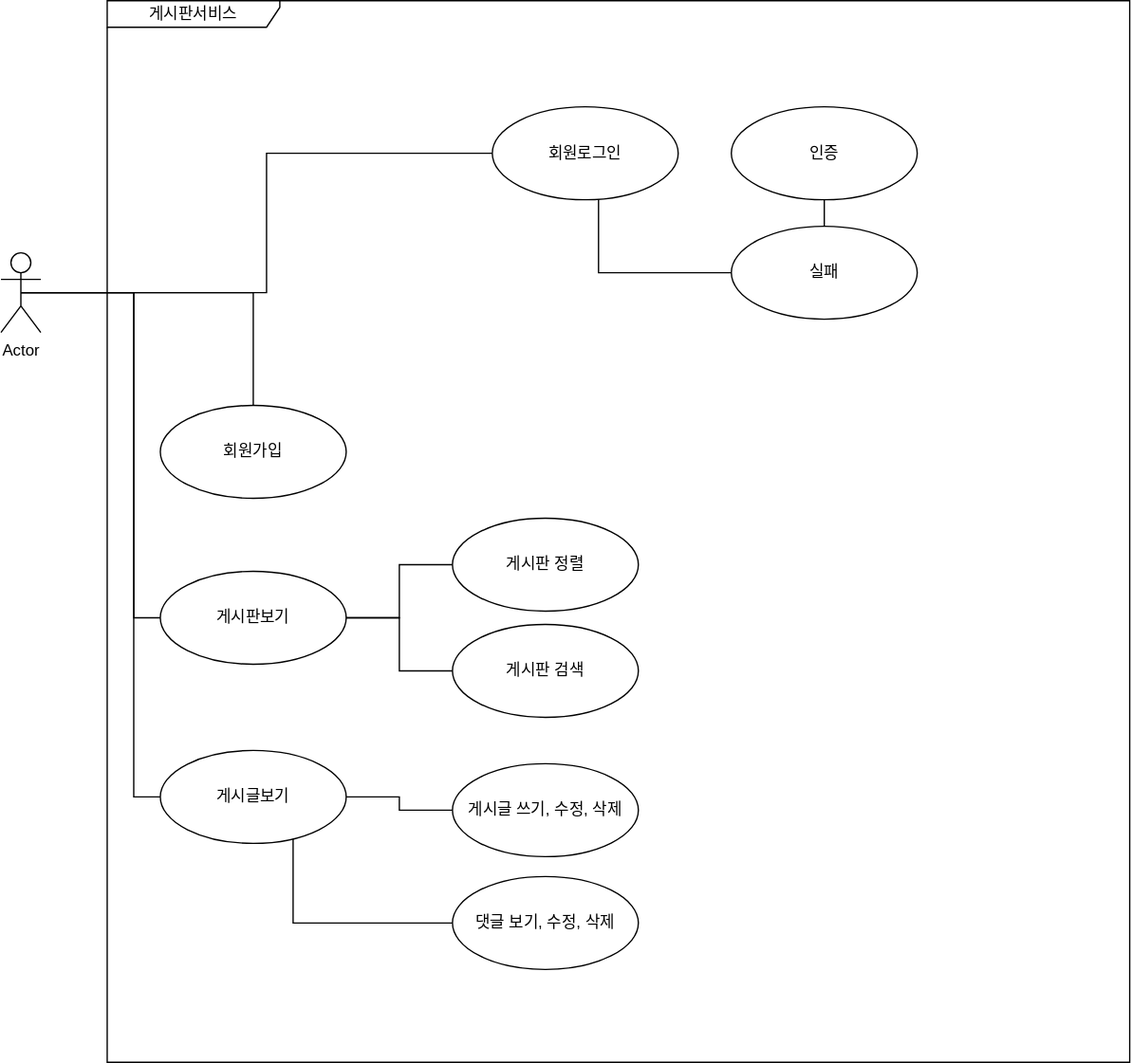
This is document/usecase.svg from manure391/20221113-ED-BACKEND01, a draw.io export, as it was before one commit. Source tidied: cells renumbered, new cells last; positions are measured from the earlier drawing's top-left corner, leaving out a move shared by most shapes.
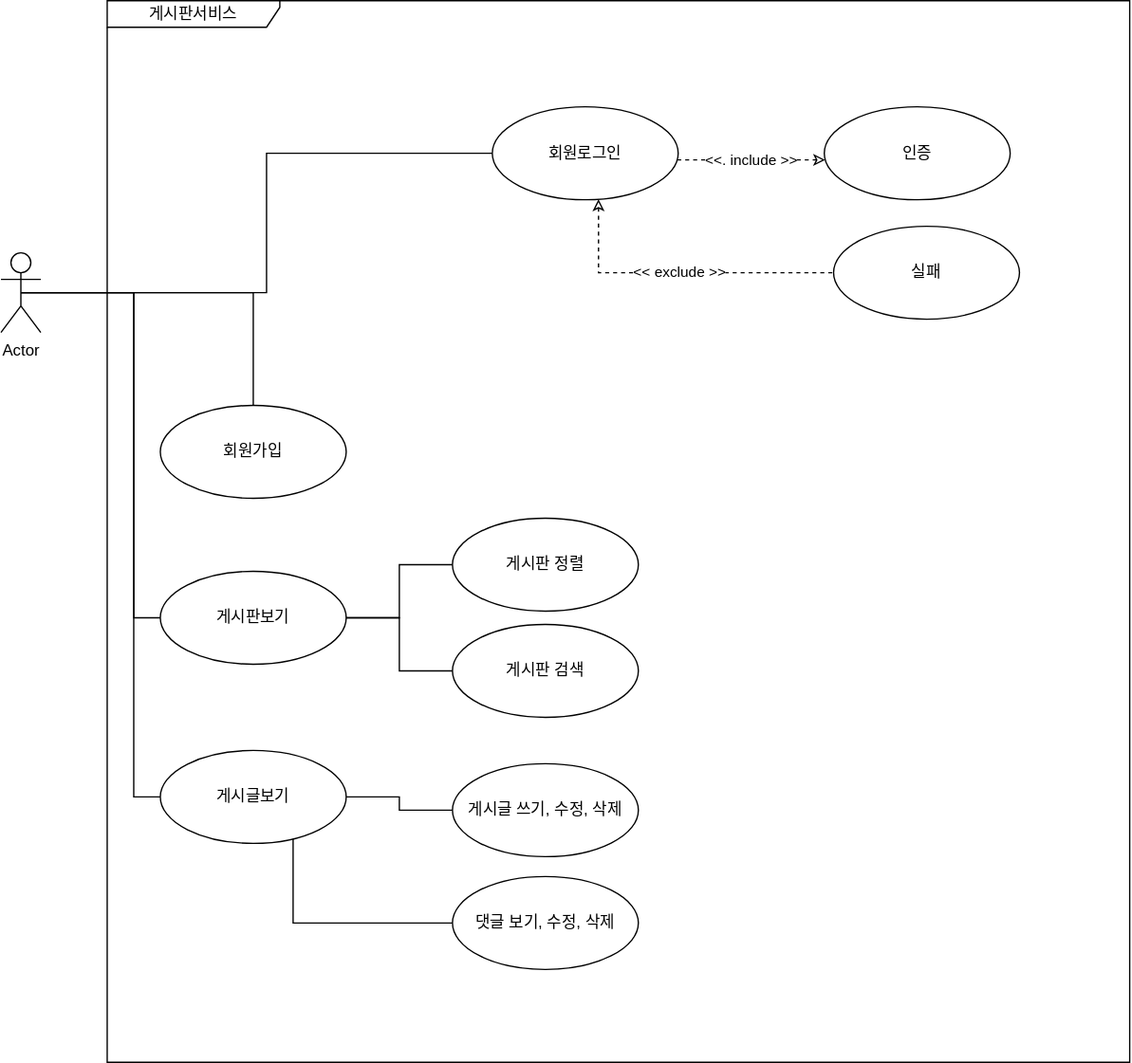
After the change.

Change to the diagram source:
```diff
@@ -21,10 +21,10 @@
       <mxGeometry x="370" y="80" width="140" height="70" as="geometry" />
     </mxCell>
     <mxCell id="8" value="인증" style="ellipse;whiteSpace=wrap;html=1;" parent="1" vertex="1">
-      <mxGeometry x="550" y="80" width="140" height="70" as="geometry" />
+      <mxGeometry x="620" y="80" width="140" height="70" as="geometry" />
     </mxCell>
     <mxCell id="9" value="실패" style="ellipse;whiteSpace=wrap;html=1;" parent="1" vertex="1">
-      <mxGeometry x="550" y="170" width="140" height="70" as="geometry" />
+      <mxGeometry x="627" y="170" width="140" height="70" as="geometry" />
     </mxCell>
     <mxCell id="10" value="게시판 정렬" style="ellipse;whiteSpace=wrap;html=1;" parent="1" vertex="1">
       <mxGeometry x="340" y="390" width="140" height="70" as="geometry" />
@@ -60,10 +60,7 @@
     <mxCell id="17" style="endArrow=none;html=1;edgeStyle=orthogonalEdgeStyle;rounded=0;exitX=0.5;exitY=0.5;exitDx=0;exitDy=0;exitPerimeter=0;entryX=0;entryY=0.5;entryDx=0;entryDy=0;" parent="1" edge="1" source="2" target="7">
       <mxGeometry relative="1" as="geometry" />
     </mxCell>
-    <mxCell id="18" style="endArrow=none;html=1;edgeStyle=orthogonalEdgeStyle;rounded=0;" parent="1" edge="1" source="9" target="8">
-      <mxGeometry relative="1" as="geometry" />
-    </mxCell>
-    <mxCell id="19" style="endArrow=none;html=1;edgeStyle=orthogonalEdgeStyle;rounded=0;" parent="1" edge="1" source="7" target="9">
+    <mxCell id="19" value="&amp;lt;&amp;lt; exclude &amp;gt;&amp;gt;" style="endArrow=none;html=1;edgeStyle=orthogonalEdgeStyle;rounded=0;dashed=1;startArrow=classic;startFill=0;" parent="1" edge="1" source="7" target="9">
       <mxGeometry relative="1" as="geometry">
         <Array as="points">
           <mxPoint x="450" y="205" />
@@ -86,5 +83,13 @@
         </Array>
       </mxGeometry>
     </mxCell>
+    <mxCell id="24" value="&amp;lt;&amp;lt;. include &amp;gt;&amp;gt;" style="endArrow=classic;html=1;edgeStyle=orthogonalEdgeStyle;rounded=0;dashed=1;endFill=0;" parent="1" edge="1" source="7" target="8">
+      <mxGeometry relative="1" as="geometry">
+        <Array as="points">
+          <mxPoint x="540" y="120" />
+          <mxPoint x="540" y="120" />
+        </Array>
+      </mxGeometry>
+    </mxCell>
   </root>
 </mxGraphModel>
```
